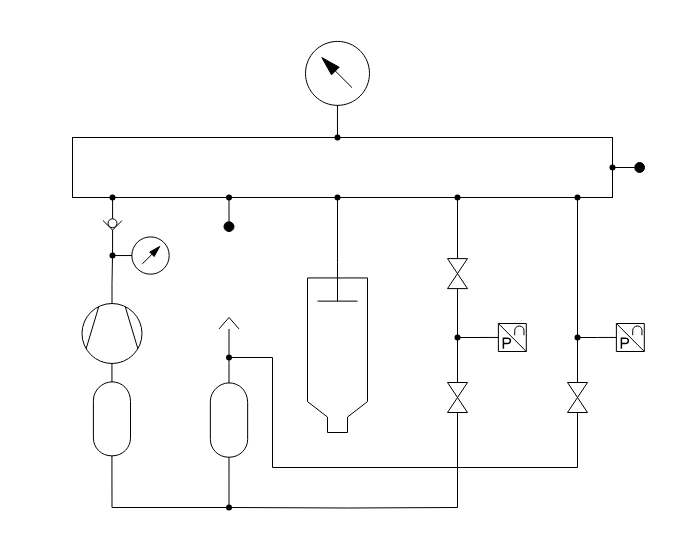
Earlier version of the draw.io diagram HP-Simulator.drawio (100prznt/DrawIo). Source tidied: cells renumbered, new cells numbered last; positions are measured from the earlier drawing's top-left corner, leaving out a move shared by most shapes. Both pictures are drawn from the tidied source at 100%, with x=0, y=0 at pixel (55, 41).
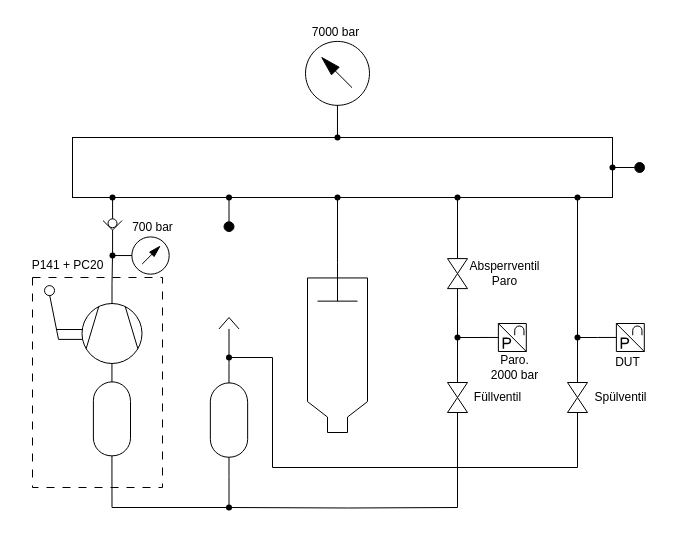
The same diagram, later.

What changed in the source:
```diff
@@
+    <mxCell id="44" style="group;" parent="1" vertex="1">
+      <mxGeometry x="-11" y="244.1" width="51" height="53.8" as="geometry" />
+    </mxCell>
+    <mxCell id="45" style="endArrow=none;html=1;rounded=0;" parent="44" edge="1">
+      <mxGeometry relative="1" as="geometry">
+        <mxPoint x="12" y="43.9" as="sourcePoint" />
+        <mxPoint x="49" y="43.9" as="targetPoint" />
+      </mxGeometry>
+    </mxCell>
+    <mxCell id="46" style="endArrow=none;html=1;rounded=0;" parent="44" edge="1">
+      <mxGeometry relative="1" as="geometry">
+        <mxPoint x="14" y="53.8" as="sourcePoint" />
+        <mxPoint x="51" y="53.8" as="targetPoint" />
+      </mxGeometry>
+    </mxCell>
+    <mxCell id="47" style="endArrow=none;html=1;rounded=0;" parent="44" edge="1">
+      <mxGeometry relative="1" as="geometry">
+        <mxPoint x="14" y="53.8" as="sourcePoint" />
+        <mxPoint x="4" y="3.9" as="targetPoint" />
+      </mxGeometry>
+    </mxCell>
+    <mxCell id="48" style="ellipse;whiteSpace=wrap;html=1;" parent="44" vertex="1">
+      <mxGeometry width="10" height="10" as="geometry" />
+    </mxCell>
@@
-    <mxCell id="13" style="shape=mxgraph.pid.compressors_-_iso.compressor,_vacuum_pump;html=1;align=center;verticalLabelPosition=bottom;verticalAlign=top;dashed=0;rotation=-90;" parent="1" vertex="1">
+    <mxCell id="13" style="shape=mxgraph.pid.compressors_-_iso.compressor,_vacuum_pump;html=1;align=center;verticalLabelPosition=bottom;verticalAlign=top;dashed=0;rotation=-90;fillColor=light-dark(#FFFFFF,#EDEDED);" parent="1" vertex="1">
       <mxGeometry x="26.5" y="262" width="60" height="60" as="geometry" />
     </mxCell>
@@
+    <mxCell id="49" value="700 bar" style="text;html=1;align=center;verticalAlign=middle;strokeColor=none;fillColor=none;" parent="1" vertex="1">
+      <mxGeometry x="67" y="171" width="60" height="30" as="geometry" />
+    </mxCell>
+    <mxCell id="50" style="rounded=0;whiteSpace=wrap;html=1;gradientColor=default;fillColor=none;dashed=1;dashPattern=8 8;" parent="1" vertex="1">
+      <mxGeometry x="-23" y="236" width="130" height="210" as="geometry" />
+    </mxCell>
+    <mxCell id="51" value="7000 bar" style="text;html=1;align=center;verticalAlign=middle;strokeColor=none;fillColor=none;" parent="1" vertex="1">
+      <mxGeometry x="245" y="-24" width="70" height="30" as="geometry" />
+    </mxCell>
+    <mxCell id="52" value="Paro.&lt;div&gt;2000 bar&lt;/div&gt;" style="text;html=1;align=center;verticalAlign=middle;strokeColor=none;fillColor=none;" parent="1" vertex="1">
+      <mxGeometry x="424" y="306" width="70" height="40" as="geometry" />
+    </mxCell>
+    <mxCell id="53" value="DUT" style="text;html=1;align=center;verticalAlign=middle;strokeColor=none;fillColor=none;" parent="1" vertex="1">
+      <mxGeometry x="547" y="306" width="50" height="30" as="geometry" />
+    </mxCell>
+    <mxCell id="54" value="P141 + PC20" style="text;html=1;align=center;verticalAlign=middle;strokeColor=none;fillColor=none;" parent="1" vertex="1">
+      <mxGeometry x="-38" y="209" width="100" height="30" as="geometry" />
+    </mxCell>
+    <mxCell id="55" value="Füllventil" style="text;html=1;align=center;verticalAlign=middle;strokeColor=none;fillColor=none;" parent="1" vertex="1">
+      <mxGeometry x="407" y="341" width="70" height="30" as="geometry" />
+    </mxCell>
+    <mxCell id="56" value="Spülventil" style="text;html=1;align=center;verticalAlign=middle;strokeColor=none;fillColor=none;" parent="1" vertex="1">
+      <mxGeometry x="525" y="341" width="80" height="30" as="geometry" />
+    </mxCell>
+    <mxCell id="57" value="Absperrventil&lt;div&gt;Paro&lt;/div&gt;" style="text;html=1;align=center;verticalAlign=middle;strokeColor=none;fillColor=none;" parent="1" vertex="1">
+      <mxGeometry x="404" y="212" width="90" height="40" as="geometry" />
+    </mxCell>
```
